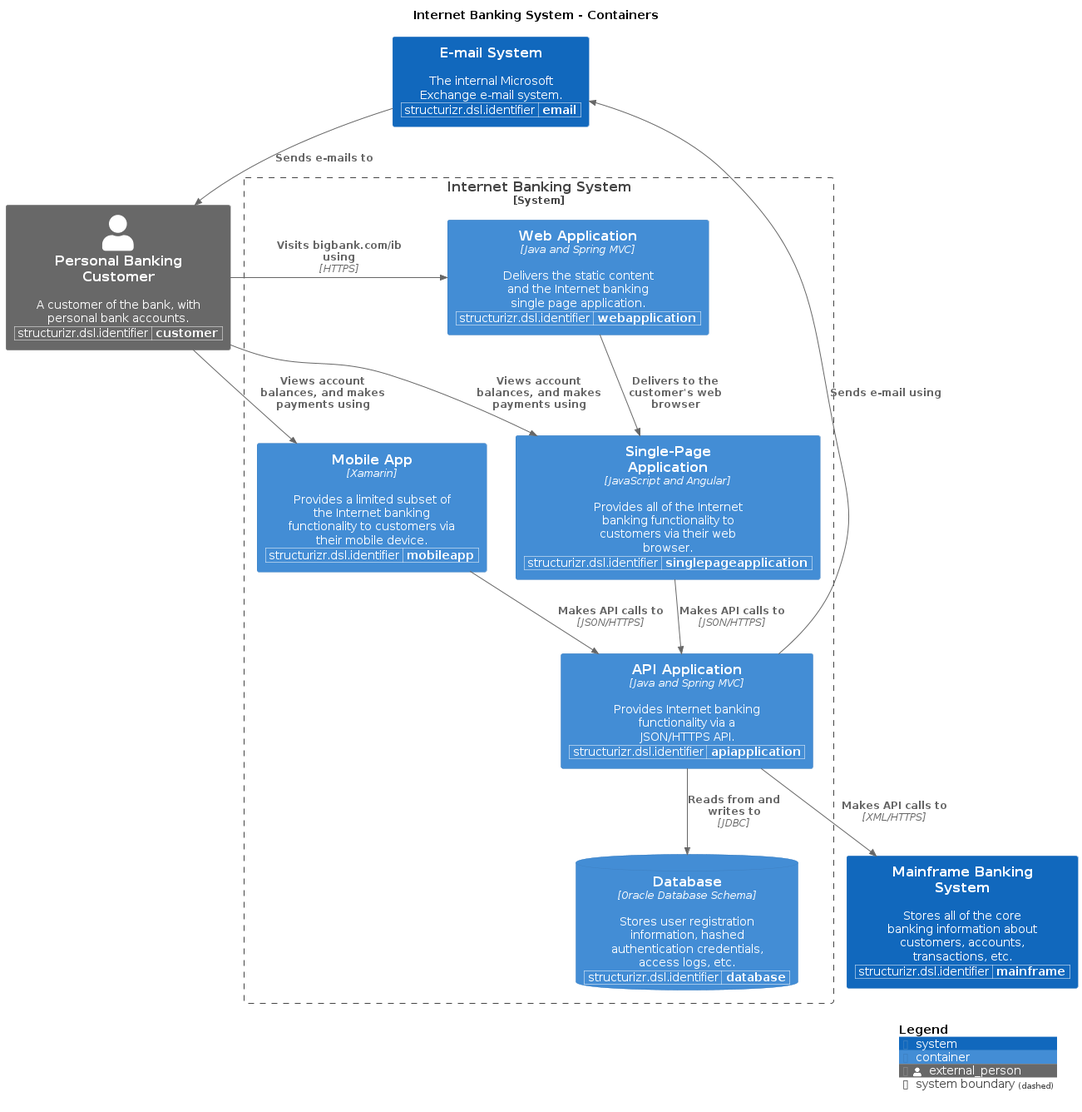
Before: main/png/Containers.png, a diagram exported from PlantUML (avisi-cloud/structurizr-site-generatr).
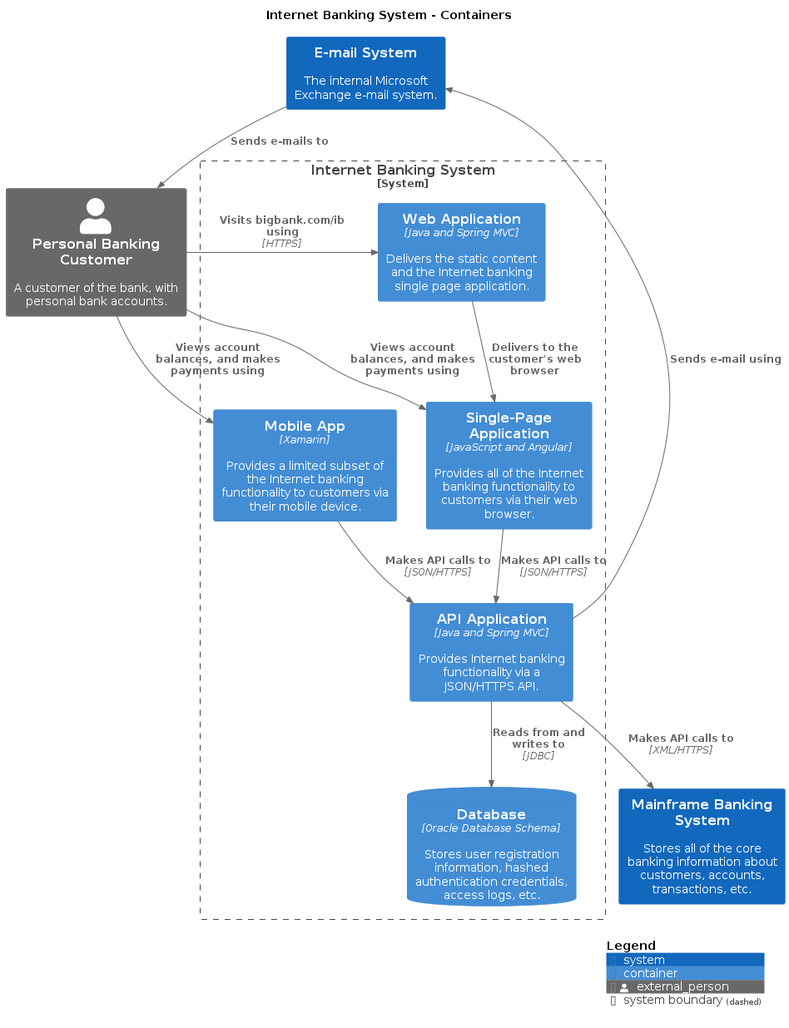
Above is the later version.

The edit, as a diff of the source:
```diff
@@ -8,31 +8,15 @@
 !include /home/runner/work/structurizr-site-generatr/structurizr-site-generatr/build/puml-cache/C4_Context.puml
 !include /home/runner/work/structurizr-site-generatr/structurizr-site-generatr/build/puml-cache/C4_Container.puml
 
-WithoutPropertyHeader()
-AddProperty("structurizr.dsl.identifier","customer")
 Person_Ext(PersonalBankingCustomer, "Personal Banking Customer", "A customer of the bank, with personal bank accounts.", $tags="")
-WithoutPropertyHeader()
-AddProperty("structurizr.dsl.identifier","mainframe")
 System(MainframeBankingSystem, "Mainframe Banking System", "Stores all of the core banking information about customers, accounts, transactions, etc.", $tags="")
-WithoutPropertyHeader()
-AddProperty("structurizr.dsl.identifier","email")
 System(EmailSystem, "E-mail System", "The internal Microsoft Exchange e-mail system.", $tags="")
 
 System_Boundary("InternetBankingSystem_boundary", "Internet Banking System", $tags="") {
-  WithoutPropertyHeader()
-  AddProperty("structurizr.dsl.identifier","mobileapp")
   Container(InternetBankingSystem.MobileApp, "Mobile App", "Xamarin", "Provides a limited subset of the Internet banking functionality to customers via their mobile device.", $tags="")
-  WithoutPropertyHeader()
-  AddProperty("structurizr.dsl.identifier","webapplication")
   Container(InternetBankingSystem.WebApplication, "Web Application", "Java and Spring MVC", "Delivers the static content and the Internet banking single page application.", $tags="")
-  WithoutPropertyHeader()
-  AddProperty("structurizr.dsl.identifier","apiapplication")
   Container(InternetBankingSystem.APIApplication, "API Application", "Java and Spring MVC", "Provides Internet banking functionality via a JSON/HTTPS API.", $tags="")
-  WithoutPropertyHeader()
-  AddProperty("structurizr.dsl.identifier","database")
   ContainerDb(InternetBankingSystem.Database, "Database", "Oracle Database Schema", "Stores user registration information, hashed authentication credentials, access logs, etc.", $tags="")
-  WithoutPropertyHeader()
-  AddProperty("structurizr.dsl.identifier","singlepageapplication")
   Container(InternetBankingSystem.SinglePageApplication, "Single-Page Application", "JavaScript and Angular", "Provides all of the Internet banking functionality to customers via their web browser.", $tags="")
 }
 
```
